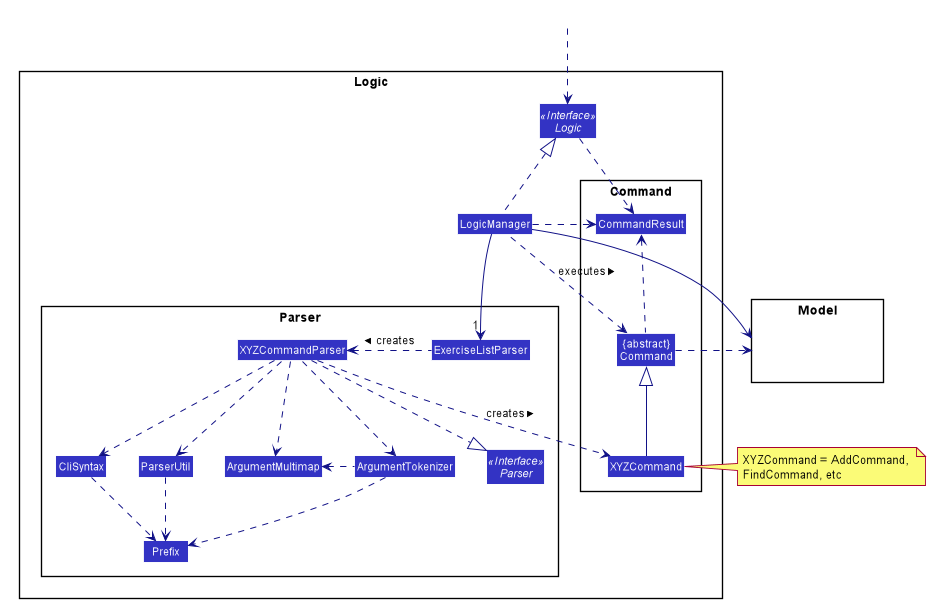
Above: docs/images/LogicClassDiagram.png in nus-cs2103-AY1920S2/addressbook-level3 (PlantUML), before the change. The source it was exported from:
```plantuml
@startuml








skinparam BackgroundColor #FFFFFFF

skinparam Shadowing false

skinparam Class {
    FontColor #FFFFFF
    BorderThickness 1
    BorderColor #FFFFFF
    StereotypeFontColor #FFFFFF
    FontName Arial
}

skinparam Actor {
    BorderColor #000000
    Color #000000
    FontName Arial
}

skinparam Sequence {
    MessageAlign center
    BoxFontSize 15
    BoxPadding 0
    BoxFontColor #FFFFFF
    FontName Arial
}

skinparam Participant {
    FontColor #FFFFFFF
    Padding 20
}

skinparam MinClassWidth 50
skinparam ParticipantPadding 10
skinparam Shadowing false
skinparam DefaultTextAlignment center
skinparam packageStyle Rectangle

hide footbox
hide members
hide circle
skinparam arrowThickness 1.1
skinparam arrowColor #101086
skinparam classBackgroundColor #3333C4

package Logic {

package Parser {
Interface Parser <<Interface>>
Class ExerciseListParser
Class XYZCommandParser
Class CliSyntax
Class ParserUtil
Class ArgumentMultimap
Class ArgumentTokenizer
Class Prefix
}

package Command {
Class XYZCommand
Class CommandResult
Class "{abstract}\nCommand" as Command
}

Interface Logic <<Interface>>
Class LogicManager
}

package Model{
Class HiddenModel #FFFFFF
}

Class HiddenOutside #FFFFFF
HiddenOutside ..> Logic

LogicManager .up.|> Logic
LogicManager -->"1" ExerciseListParser
ExerciseListParser .left.> XYZCommandParser: creates >

XYZCommandParser ..> XYZCommand : creates >
XYZCommandParser ..|> Parser
XYZCommandParser ..> ArgumentMultimap
XYZCommandParser ..> ArgumentTokenizer
ArgumentTokenizer .left.> ArgumentMultimap
XYZCommandParser ..> CliSyntax
CliSyntax ..> Prefix
XYZCommandParser ..> ParserUtil
ParserUtil .down.> Prefix
ArgumentTokenizer .down.> Prefix
XYZCommand -up-|> Command
LogicManager .left.> Command : executes >

LogicManager --> Model
Command .right.> Model
note right of XYZCommand: XYZCommand = AddCommand, \nFindCommand, etc

Logic ..> CommandResult
LogicManager .down.> CommandResult
Command .up.> CommandResult
CommandResult -[hidden]-> Parser
@enduml
```
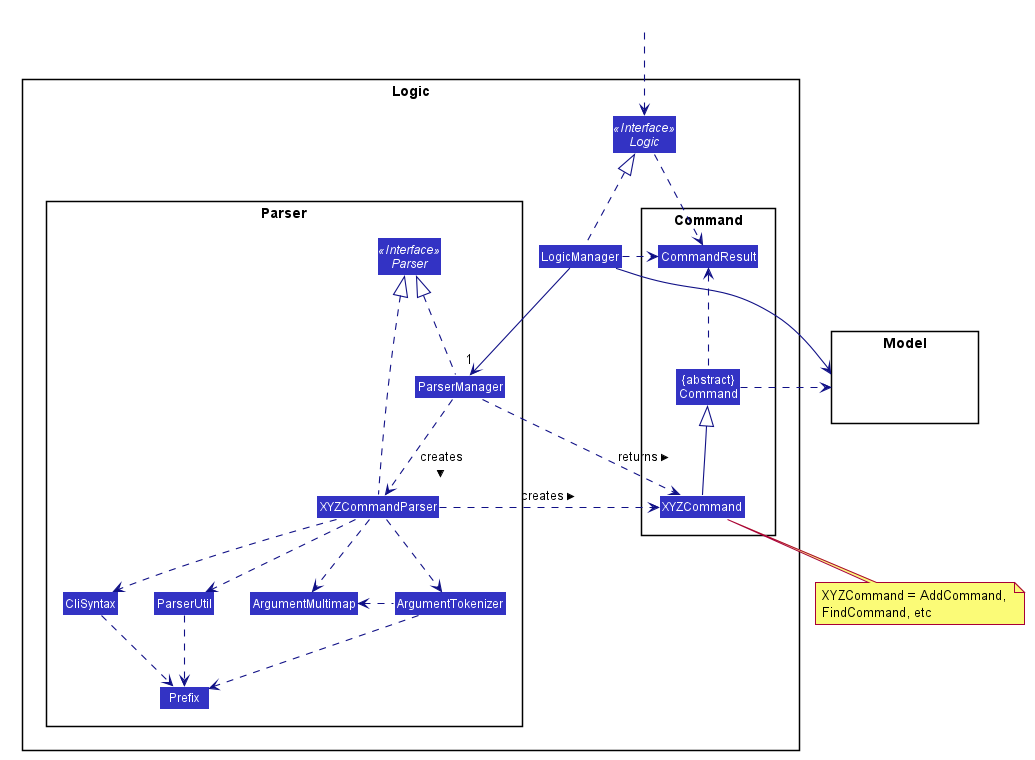
The same file after the commit.

The edit, as a diff of the source:
```diff
@@ -1,4 +1,6 @@
 @startuml
+
+
 
 
 
@@ -54,56 +56,56 @@
 package Logic {
 
 package Parser {
-Interface Parser <<Interface>>
-Class ExerciseListParser
-Class XYZCommandParser
-Class CliSyntax
-Class ParserUtil
-Class ArgumentMultimap
-Class ArgumentTokenizer
-Class Prefix
+    Interface Parser <<Interface>>
+    Class ParserManager
+    Class XYZCommandParser
+    Class CliSyntax
+    Class ParserUtil
+    Class ArgumentMultimap
+    Class ArgumentTokenizer
+    Class Prefix
 }
 
 package Command {
-Class XYZCommand
-Class CommandResult
-Class "{abstract}\nCommand" as Command
+    Class XYZCommand
+    Class CommandResult
+    Class "{abstract}\nCommand" as Command
 }
 
 Interface Logic <<Interface>>
-Class LogicManager
+    Class LogicManager
 }
 
 package Model{
-Class HiddenModel #FFFFFF
+    Class HiddenModel #FFFFFF
 }
 
 Class HiddenOutside #FFFFFF
 HiddenOutside ..> Logic
+Logic ..> CommandResult
+LogicManager .up.|> Logic
+LogicManager -->"1" ParserManager
+LogicManager .right.> CommandResult
+LogicManager --> Model
+Command .right.> Model
 
-LogicManager .up.|> Logic
-LogicManager -->"1" ExerciseListParser
-ExerciseListParser .left.> XYZCommandParser: creates >
+XYZCommand -up-|> Command
+Command .up.> CommandResult
+note bottom of XYZCommand: XYZCommand = AddCommand, \nFindCommand, etc
 
-XYZCommandParser ..> XYZCommand : creates >
-XYZCommandParser ..|> Parser
+ParserManager .up.|> Parser
+XYZCommandParser .up.|> Parser
+ParserManager ..> XYZCommandParser : creates >
 XYZCommandParser ..> ArgumentMultimap
 XYZCommandParser ..> ArgumentTokenizer
 ArgumentTokenizer .left.> ArgumentMultimap
 XYZCommandParser ..> CliSyntax
-CliSyntax ..> Prefix
 XYZCommandParser ..> ParserUtil
 ParserUtil .down.> Prefix
 ArgumentTokenizer .down.> Prefix
-XYZCommand -up-|> Command
-LogicManager .left.> Command : executes >
+CliSyntax ..> Prefix
 
-LogicManager --> Model
-Command .right.> Model
-note right of XYZCommand: XYZCommand = AddCommand, \nFindCommand, etc
+ParserManager ..> XYZCommand : returns >
+XYZCommandParser .right.> XYZCommand : creates >
 
-Logic ..> CommandResult
-LogicManager .down.> CommandResult
-Command .up.> CommandResult
-CommandResult -[hidden]-> Parser
 @enduml
```
